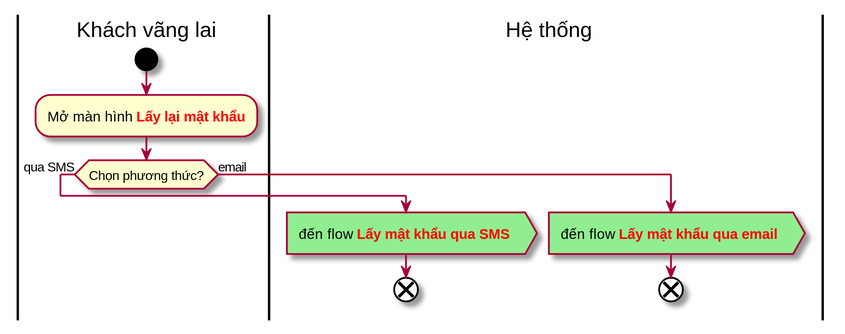
Earlier version of the PlantUML export Documents/working/Giap/usecases_and_flow_charts/find_password.svg (tungdduy/funixCP).
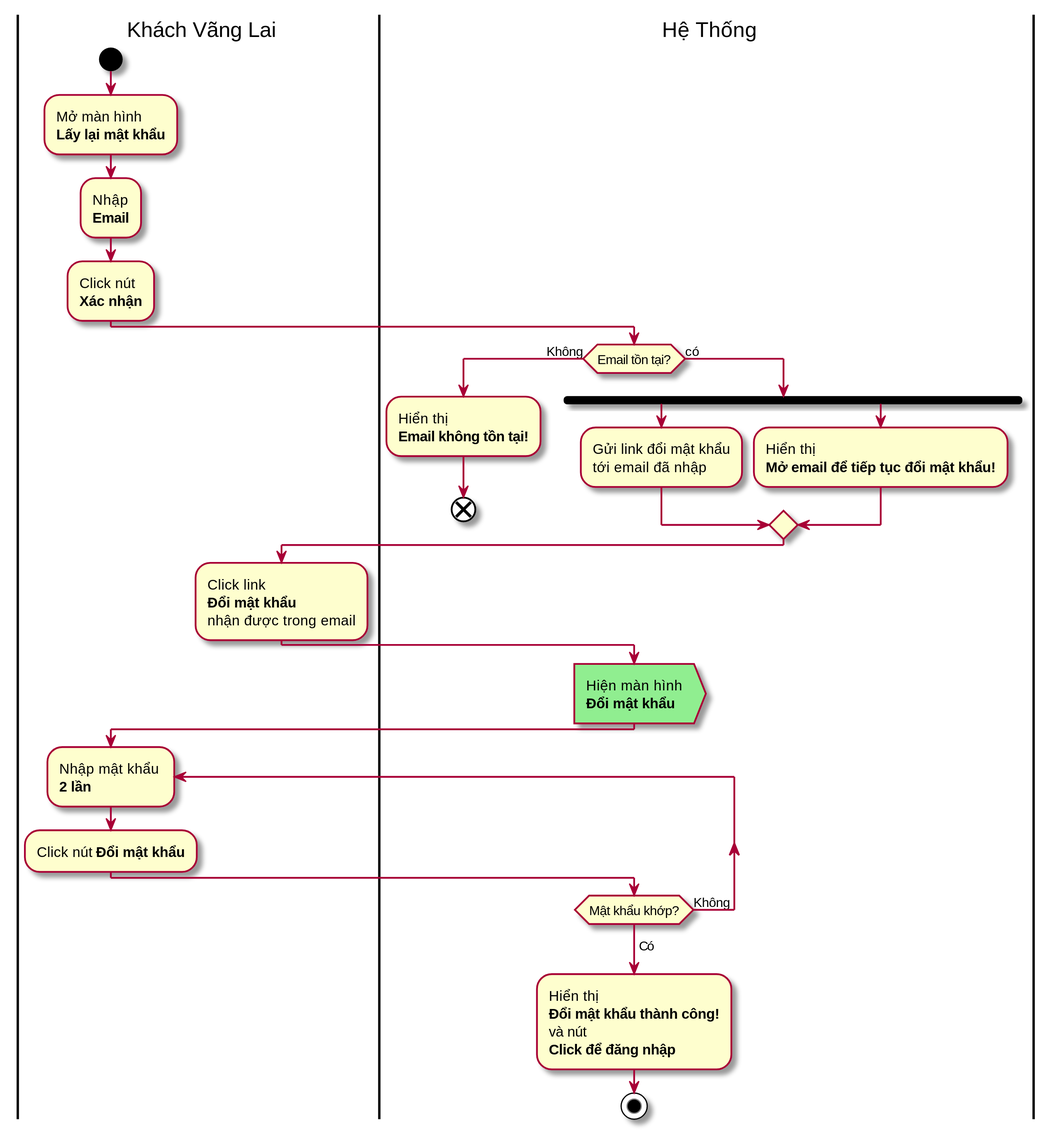
Above is the later version.

Diff of the diagram source:
```diff
@@ -1,17 +1,59 @@
 @startuml
 skinparam dpi 200
 
-|User| Khách vãng lai
-start
-:Mở màn hình <b><color:red>Lấy lại mật khẩu</color></b>;
-if (Chọn phương thức?) is (qua SMS) then
-	|system| Hệ thống
-	#lightgreen:đến flow <b><color:red>Lấy mật khẩu qua SMS</color></b> >
-	end
-else (email)
-	|system|
-	#lightgreen:đến flow <b><color:red>Lấy mật khẩu qua email</color></b> >
-	end
-endif
+|User| Khách Vãng Lai
+	start
 
+	:Mở màn hình
+	<b>Lấy lại mật khẩu</b>;
+
+	:Nhập
+	<b>Email</b>;
+
+	:Click nút
+	<b>Xác nhận</b>;
+
+|System| Hệ Thống
+
+	if (Email tồn tại?) is (Không) then
+
+		:Hiển thị
+		<b>Email không tồn tại!</b>;
+
+		end
+	else (có)
+		fork
+			:Gửi link đổi mật khẩu
+			tới email đã nhập;
+		fork again
+			:Hiển thị
+			<b>Mở email để tiếp tục đổi mật khẩu!</b>;
+
+		end merge
+
+		|User|
+			:Click link
+			<b>Đổi mật khẩu</b>
+			nhận được trong email;
+	endif
+
+|System|
+
+	#lightgreen:Hiện màn hình
+	<b>Đổi mật khẩu</b> >
+|User|
+
+	repeat :Nhập mật khẩu \n<b>2 lần</b>;
+		:Click nút <b>Đổi mật khẩu</b>;
+
+|System| Hệ Thống
+		repeat while (Mật khẩu khớp?) is (Không)
+	->Có;
+
+	:Hiển thị
+	<b>Đổi mật khẩu thành công!</b>
+	và nút
+	<b>Click để đăng nhập</b> ;
+
+	stop
 @enduml
```
